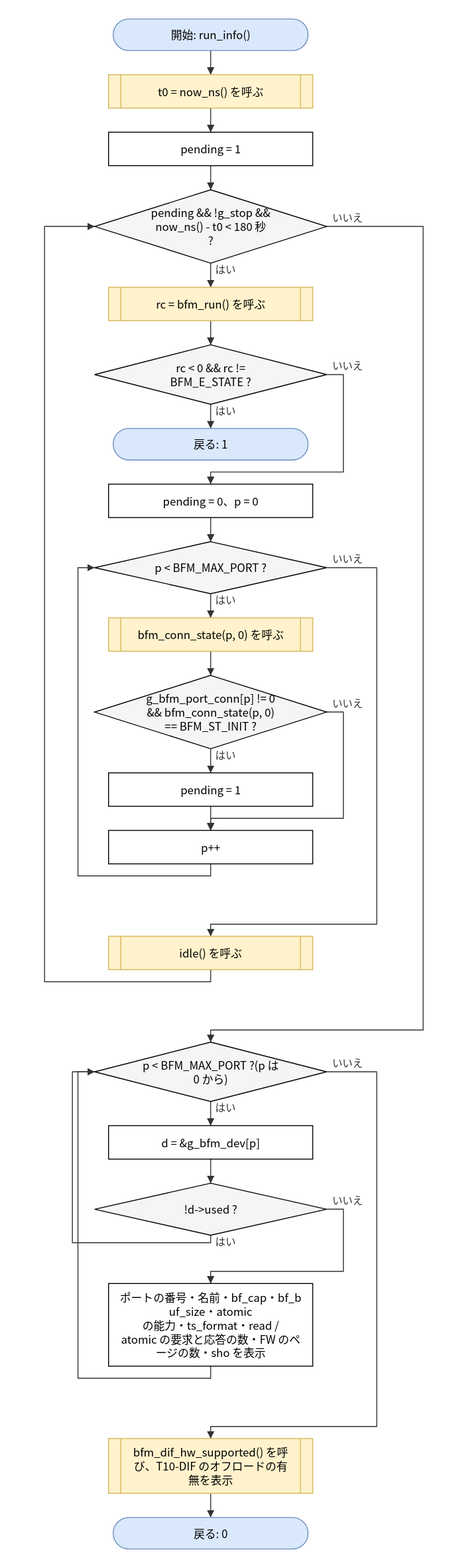
Earlier version of the draw.io export doc/spec/images/flow_test_bfm_test-run_info.drawio.svg (hf355051012-ai/bfmem). Source tidied: cells renumbered, new cells last; positions are measured from the earlier drawing's top-left corner, leaving out a move shared by most shapes.
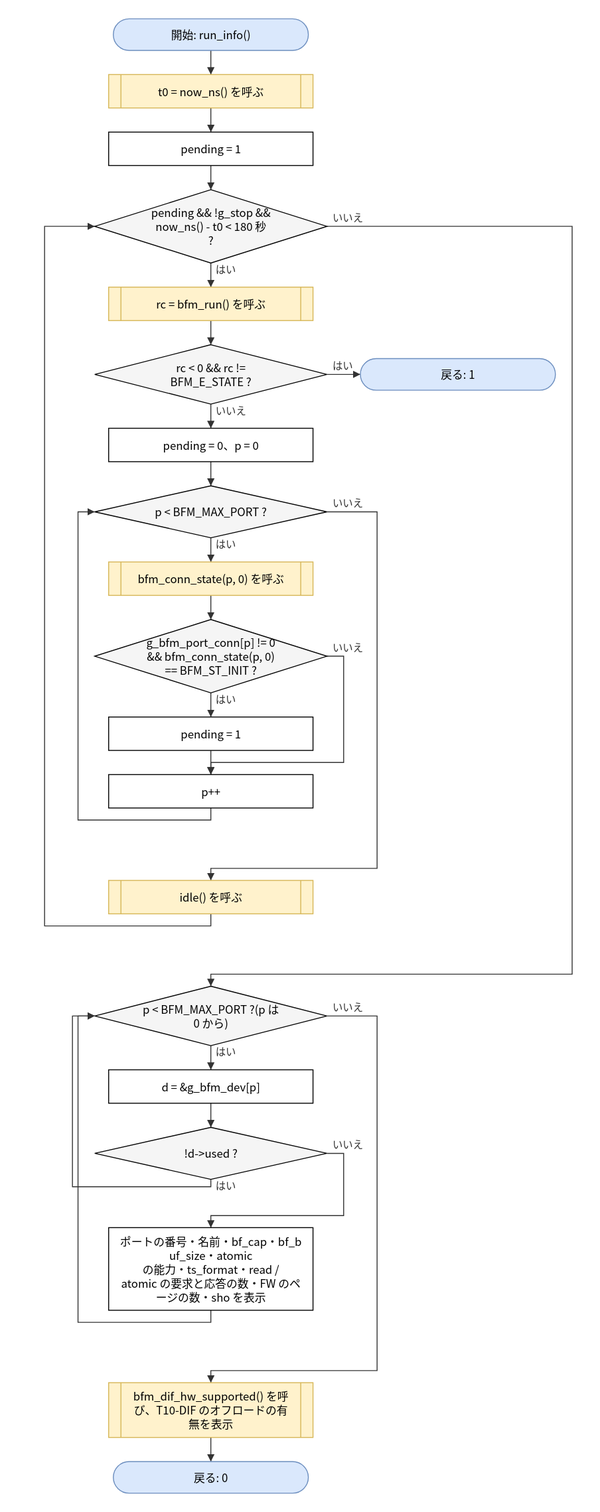
After the change.

The edit, as a diff of the source:
```diff
@@ -3,25 +3,25 @@
     <mxCell id="0" />
     <mxCell id="1" parent="0" />
     <mxCell id="2" value="開始: run_info()" style="rounded=1;arcSize=50;whiteSpace=wrap;html=1;fillColor=#dae8fc;strokeColor=#6c8ebf;" parent="1" vertex="1">
-      <mxGeometry x="74" width="210" height="34" as="geometry" />
+      <mxGeometry x="74" y="60" width="210" height="34" as="geometry" />
     </mxCell>
     <mxCell id="3" value="t0 = now_ns() を呼ぶ" style="shape=process;whiteSpace=wrap;html=1;backgroundOutline=1;size=0.06;fillColor=#fff2cc;strokeColor=#d6b656;" parent="1" vertex="1">
-      <mxGeometry x="69" y="60" width="220" height="36" as="geometry" />
+      <mxGeometry x="69" y="120" width="220" height="36" as="geometry" />
     </mxCell>
     <mxCell id="4" value="pending = 1" style="rounded=0;whiteSpace=wrap;html=1;" parent="1" vertex="1">
-      <mxGeometry x="69" y="122" width="220" height="36" as="geometry" />
+      <mxGeometry x="69" y="182" width="220" height="36" as="geometry" />
     </mxCell>
     <mxCell id="5" value="pending &amp;amp;&amp;amp; !g_stop &amp;amp;&amp;amp;&lt;br&gt;now_ns() - t0 &amp;lt; 180 秒&lt;br&gt;?" style="rhombus;whiteSpace=wrap;html=1;fillColor=#f5f5f5;" parent="1" vertex="1">
-      <mxGeometry x="54" y="184" width="250" height="79" as="geometry" />
+      <mxGeometry x="54" y="244" width="250" height="79" as="geometry" />
     </mxCell>
     <mxCell id="6" value="rc = bfm_run() を呼ぶ" style="shape=process;whiteSpace=wrap;html=1;backgroundOutline=1;size=0.06;fillColor=#fff2cc;strokeColor=#d6b656;" parent="1" vertex="1">
-      <mxGeometry x="69" y="289" width="220" height="36" as="geometry" />
+      <mxGeometry x="69" y="349" width="220" height="36" as="geometry" />
     </mxCell>
     <mxCell id="7" value="rc &amp;lt; 0 &amp;amp;&amp;amp; rc !=&lt;br&gt;BFM_E_STATE ?" style="rhombus;whiteSpace=wrap;html=1;fillColor=#f5f5f5;" parent="1" vertex="1">
-      <mxGeometry x="54" y="351" width="250" height="64" as="geometry" />
+      <mxGeometry x="54" y="411" width="250" height="64" as="geometry" />
     </mxCell>
     <mxCell id="8" value="戻る: 1" style="rounded=1;arcSize=50;whiteSpace=wrap;html=1;fillColor=#dae8fc;strokeColor=#6c8ebf;" parent="1" vertex="1">
-      <mxGeometry x="74" y="441" width="210" height="34" as="geometry" />
+      <mxGeometry x="340" y="426" width="210" height="34" as="geometry" />
     </mxCell>
     <mxCell id="9" value="pending = 0、p = 0" style="rounded=0;whiteSpace=wrap;html=1;" parent="1" vertex="1">
       <mxGeometry x="69" y="501" width="220" height="36" as="geometry" />
@@ -77,17 +77,11 @@
     <mxCell id="26" style="edgeStyle=none;html=1;rounded=0;endArrow=block;endFill=1;exitX=0.5000;exitY=1.0000;exitDx=0;exitDy=0;exitPerimeter=0;entryX=0.5000;entryY=0.0000;entryDx=0;entryDy=0;entryPerimeter=0;" parent="1" edge="1" source="6" target="7">
       <mxGeometry relative="1" as="geometry" />
     </mxCell>
-    <mxCell id="27" value="はい" style="edgeStyle=none;html=1;rounded=0;endArrow=block;endFill=1;exitX=0.5000;exitY=1.0000;exitDx=0;exitDy=0;exitPerimeter=0;entryX=0.5000;entryY=0.0000;entryDx=0;entryDy=0;entryPerimeter=0;" parent="1" edge="1" source="7" target="8">
+    <mxCell id="27" value="はい" style="edgeStyle=none;html=1;rounded=0;endArrow=block;endFill=1;exitX=1.0000;exitY=0.5000;exitDx=0;exitDy=0;exitPerimeter=0;entryX=0.0000;entryY=0.5000;entryDx=0;entryDy=0;entryPerimeter=0;" parent="1" edge="1" source="7" target="8">
       <mxGeometry relative="1" as="geometry" />
     </mxCell>
-    <mxCell id="28" value="いいえ" style="edgeStyle=none;html=1;rounded=0;endArrow=block;endFill=1;exitX=1.0000;exitY=0.5000;exitDx=0;exitDy=0;exitPerimeter=0;entryX=0.5000;entryY=0.0000;entryDx=0;entryDy=0;entryPerimeter=0;" parent="1" edge="1" source="7" target="9">
-      <mxGeometry relative="1" as="geometry">
-        <Array as="points">
-          <mxPoint x="322" y="383" />
-          <mxPoint x="322" y="488" />
-          <mxPoint x="179" y="488" />
-        </Array>
-      </mxGeometry>
+    <mxCell id="28" value="いいえ" style="edgeStyle=none;html=1;rounded=0;endArrow=block;endFill=1;exitX=0.5000;exitY=1.0000;exitDx=0;exitDy=0;exitPerimeter=0;entryX=0.5000;entryY=0.0000;entryDx=0;entryDy=0;entryPerimeter=0;" parent="1" edge="1" source="7" target="9">
+      <mxGeometry relative="1" as="geometry" />
     </mxCell>
     <mxCell id="29" style="edgeStyle=none;html=1;rounded=0;endArrow=block;endFill=1;exitX=0.5000;exitY=1.0000;exitDx=0;exitDy=0;exitPerimeter=0;entryX=0.5000;entryY=0.0000;entryDx=0;entryDy=0;entryPerimeter=0;" parent="1" edge="1" source="9" target="10">
       <mxGeometry relative="1" as="geometry" />
@@ -136,15 +130,15 @@
         <Array as="points">
           <mxPoint x="179" y="1037" />
           <mxPoint y="1037" />
-          <mxPoint y="223.5" />
+          <mxPoint y="283.5" />
         </Array>
       </mxGeometry>
     </mxCell>
     <mxCell id="38" value="いいえ" style="edgeStyle=none;html=1;rounded=0;endArrow=block;endFill=1;exitX=1.0000;exitY=0.5000;exitDx=0;exitDy=0;exitPerimeter=0;entryX=0.5000;entryY=0.0000;entryDx=0;entryDy=0;entryPerimeter=0;" parent="1" edge="1" source="5" target="16">
       <mxGeometry relative="1" as="geometry">
         <Array as="points">
-          <mxPoint x="408" y="223.5" />
-          <mxPoint x="408" y="1089" />
+          <mxPoint x="568" y="283.5" />
+          <mxPoint x="568" y="1089" />
           <mxPoint x="179" y="1089" />
         </Array>
       </mxGeometry>
```
